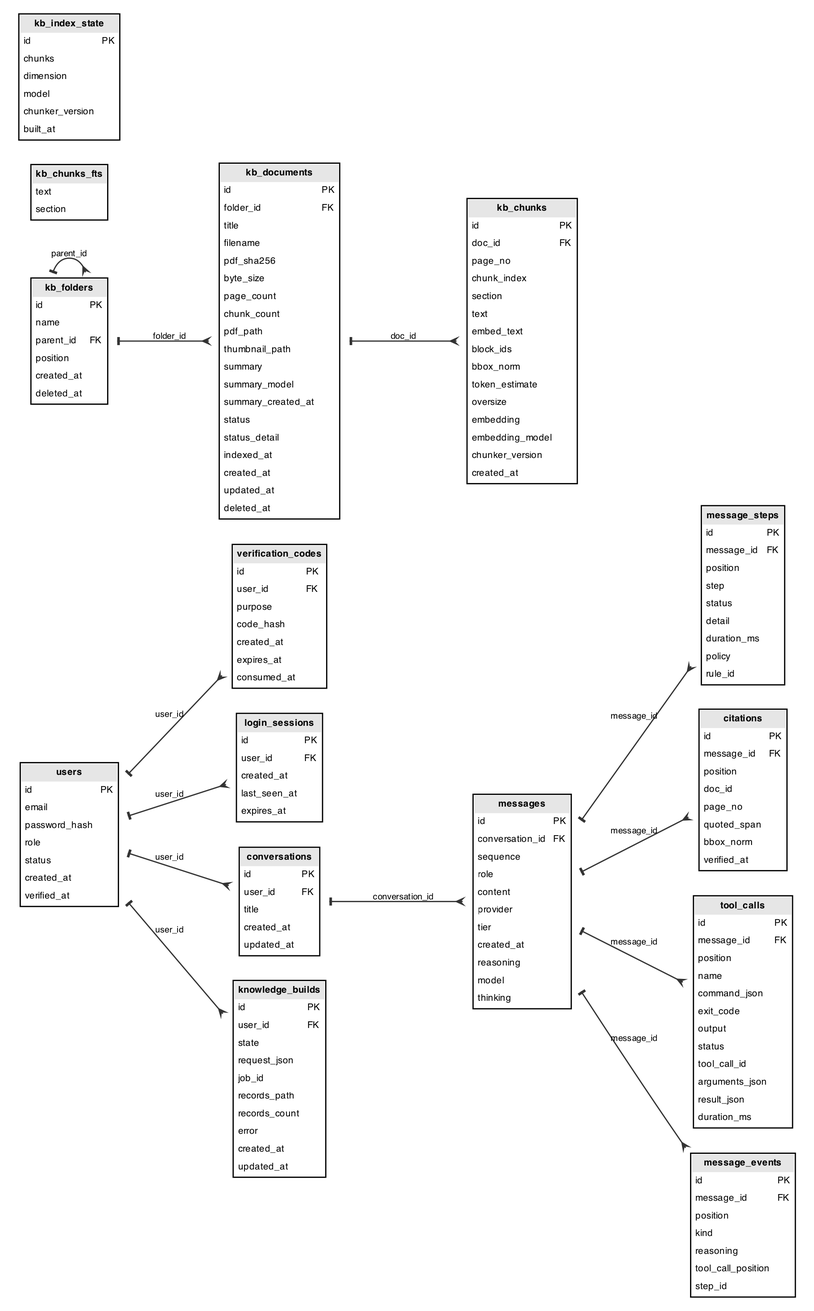
Kane-LI-0114/verifiable-tutor keeps this Graphviz diagram as docs/figures/physical-db.png. Above is the earlier version. Its source is kept beside it as docs/figures/physical-db.dot.
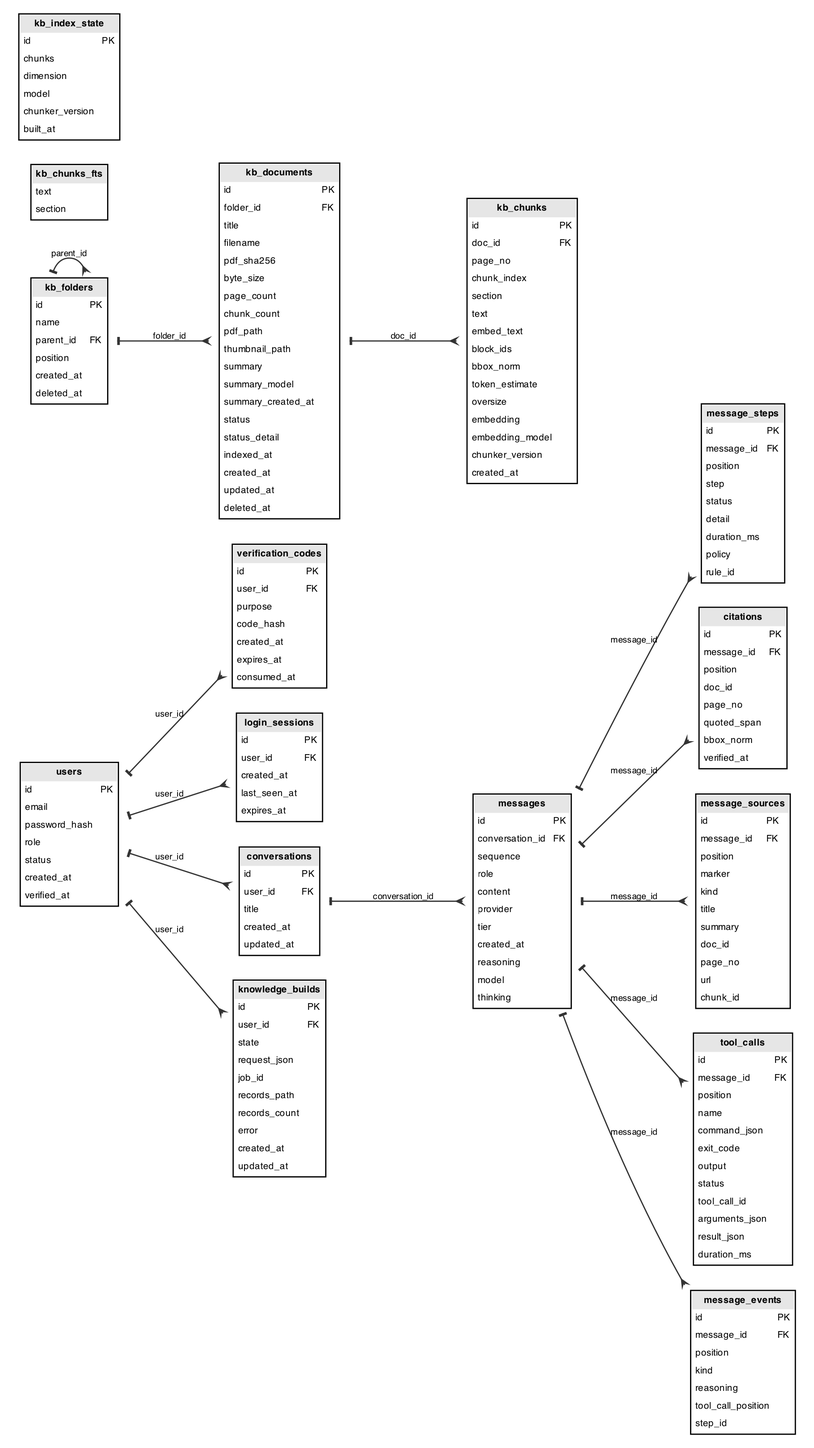
Later version of the same file.

Change to the diagram source:
```diff
@@ -76,6 +76,20 @@
       <TR><TD ALIGN="LEFT">quoted_span</TD><TD ALIGN="LEFT"></TD></TR>
       <TR><TD ALIGN="LEFT">bbox_norm</TD><TD ALIGN="LEFT"></TD></TR>
       <TR><TD ALIGN="LEFT">verified_at</TD><TD ALIGN="LEFT"></TD></TR>
+    </TABLE>>];
+  message_sources [label=<<TABLE BORDER="1" CELLBORDER="0" CELLSPACING="0" CELLPADDING="3" BGCOLOR="white">
+      <TR><TD BGCOLOR="#e6e6e6" COLSPAN="2"><B>message_sources</B></TD></TR>
+      <TR><TD ALIGN="LEFT">id</TD><TD ALIGN="LEFT">PK</TD></TR>
+      <TR><TD ALIGN="LEFT">message_id</TD><TD ALIGN="LEFT">FK</TD></TR>
+      <TR><TD ALIGN="LEFT">position</TD><TD ALIGN="LEFT"></TD></TR>
+      <TR><TD ALIGN="LEFT">marker</TD><TD ALIGN="LEFT"></TD></TR>
+      <TR><TD ALIGN="LEFT">kind</TD><TD ALIGN="LEFT"></TD></TR>
+      <TR><TD ALIGN="LEFT">title</TD><TD ALIGN="LEFT"></TD></TR>
+      <TR><TD ALIGN="LEFT">summary</TD><TD ALIGN="LEFT"></TD></TR>
+      <TR><TD ALIGN="LEFT">doc_id</TD><TD ALIGN="LEFT"></TD></TR>
+      <TR><TD ALIGN="LEFT">page_no</TD><TD ALIGN="LEFT"></TD></TR>
+      <TR><TD ALIGN="LEFT">url</TD><TD ALIGN="LEFT"></TD></TR>
+      <TR><TD ALIGN="LEFT">chunk_id</TD><TD ALIGN="LEFT"></TD></TR>
     </TABLE>>];
   tool_calls [label=<<TABLE BORDER="1" CELLBORDER="0" CELLSPACING="0" CELLPADDING="3" BGCOLOR="white">
       <TR><TD BGCOLOR="#e6e6e6" COLSPAN="2"><B>tool_calls</B></TD></TR>
@@ -184,6 +198,7 @@
   conversations -> messages [label="conversation_id"];
   messages -> message_steps [label="message_id"];
   messages -> citations [label="message_id"];
+  messages -> message_sources [label="message_id"];
   messages -> tool_calls [label="message_id"];
   messages -> message_events [label="message_id"];
   users -> knowledge_builds [label="user_id"];
```
